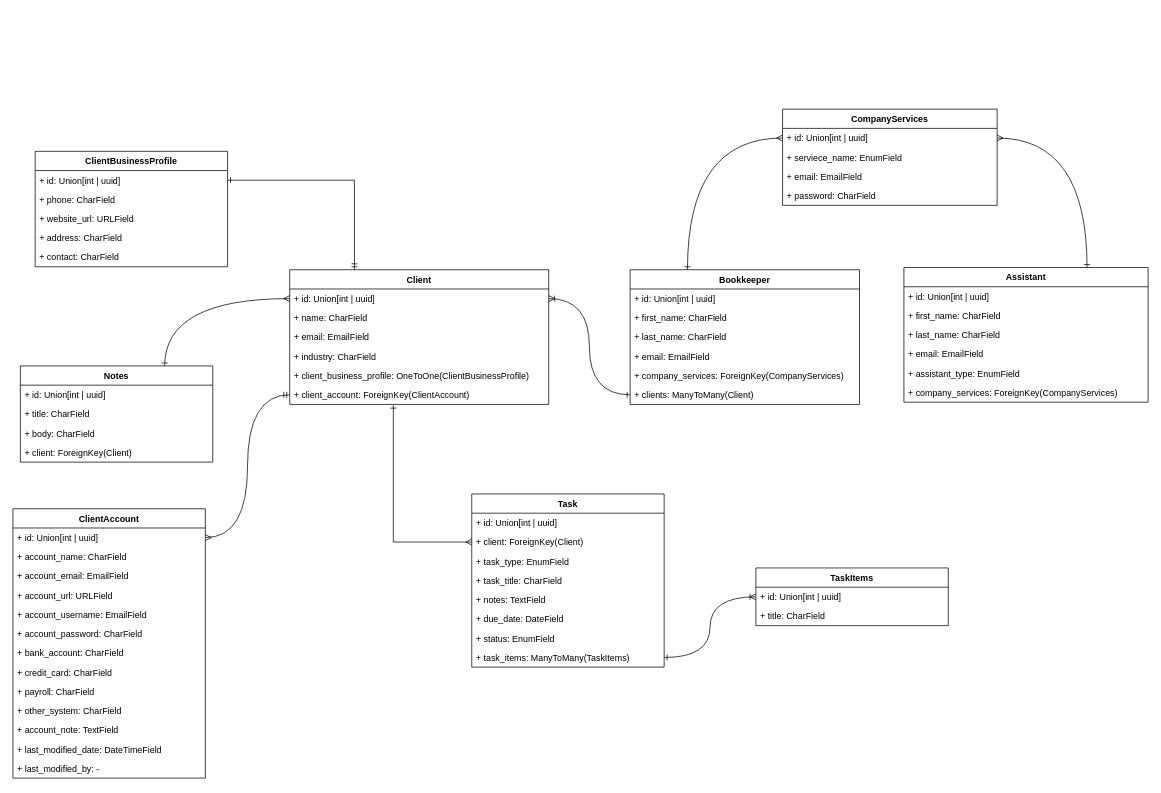
This is docs/BookkeeperChecklistModels.drawio from ibm-luq95/bookkeeper-checklist, a draw.io file, before an edit. Source tidied: cells renumbered, new cells numbered last; positions are measured from the earlier drawing's top-left corner, leaving out a move shared by most shapes. Both pictures are drawn from the tidied source at 74%, with x=0, y=0 at pixel (13, 109).
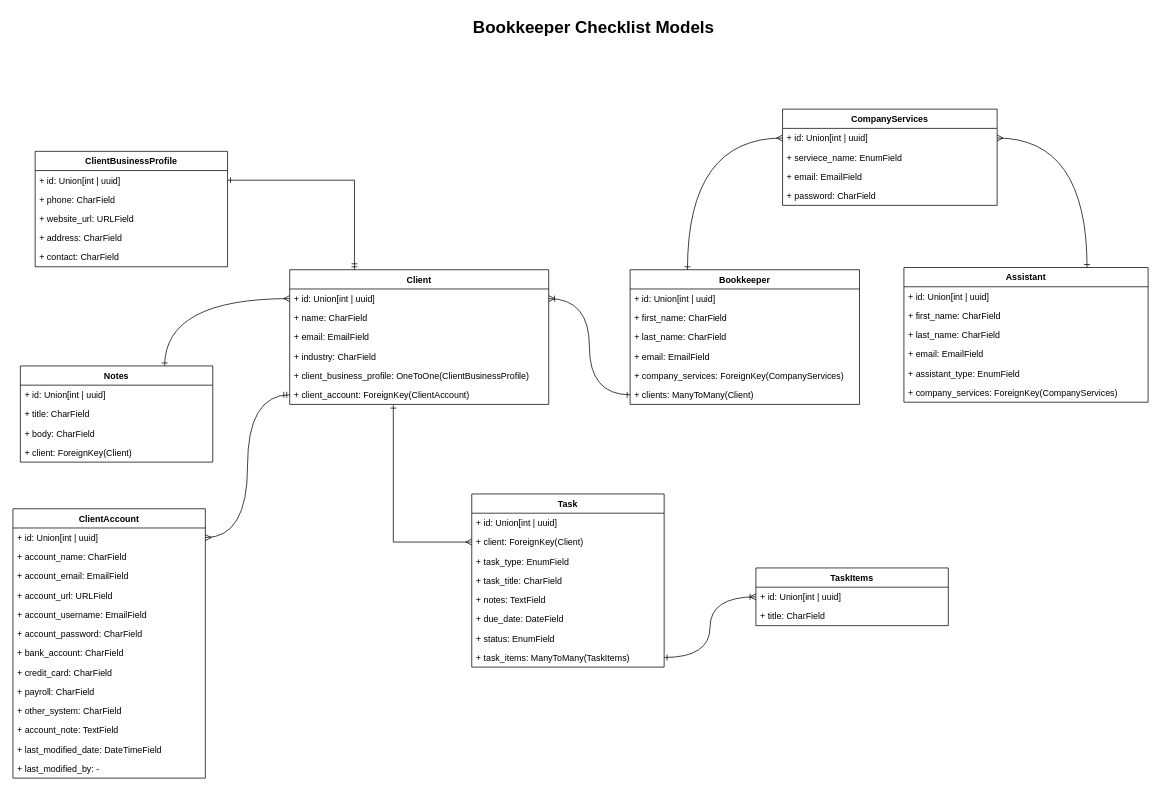
Above is the later version.

What changed in the source:
```diff
@@
+    <mxCell id="73" value="&lt;b&gt;&lt;font style=&quot;font-size: 23px;&quot;&gt;Bookkeeper Checklist Models&lt;/font&gt;&lt;/b&gt;" style="text;whiteSpace=wrap;html=1;align=center;" parent="1" vertex="1">
+      <mxGeometry x="510" y="-130" width="550" height="40" as="geometry" />
+    </mxCell>
```
